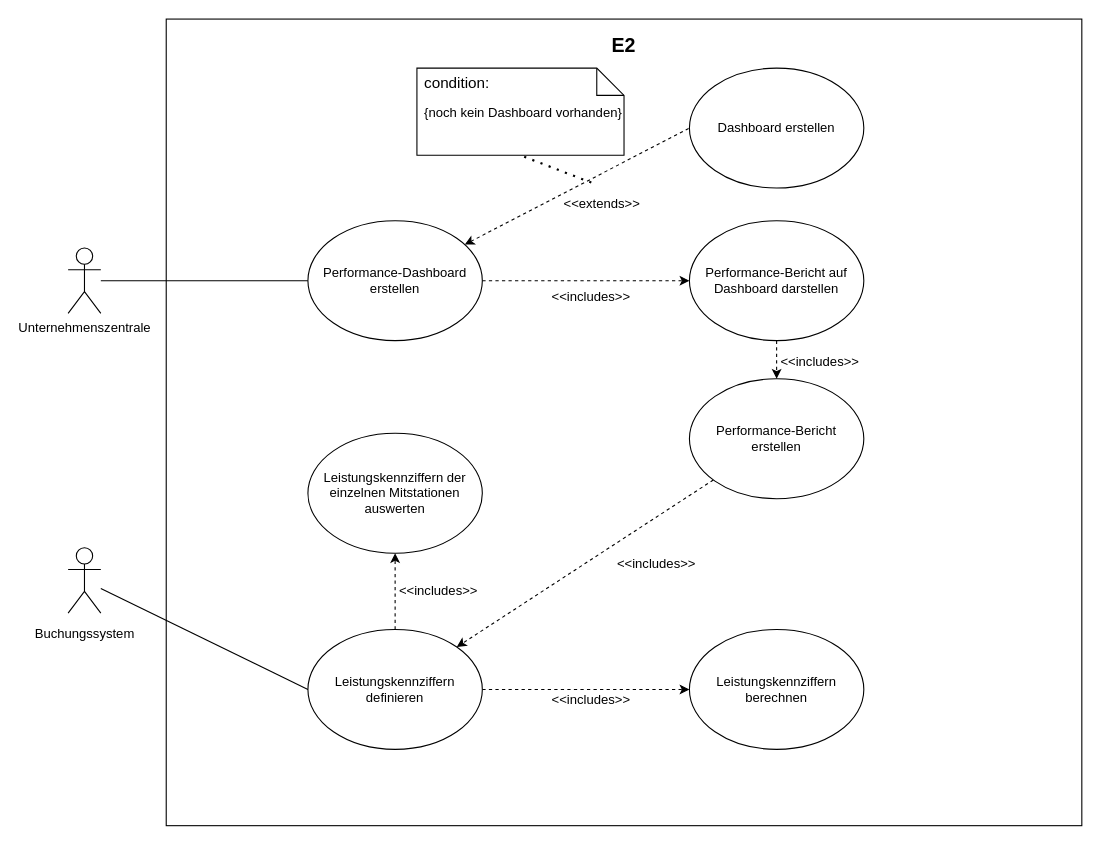
Above: E - Allgemeine Verwaltung/E2 - Performance-Bericht erstellen/01 Anwendungsfalldiagramm - Performance-Bericht erstellen.drawio in DlieBG/car_rental (draw.io), before the change. Source tidied: cells renumbered, new cells numbered last; positions are measured from the earlier drawing's top-left corner, leaving out a move shared by most shapes. Both pictures are drawn from the tidied source at 109%, with x=0, y=0 at pixel (68, 19).
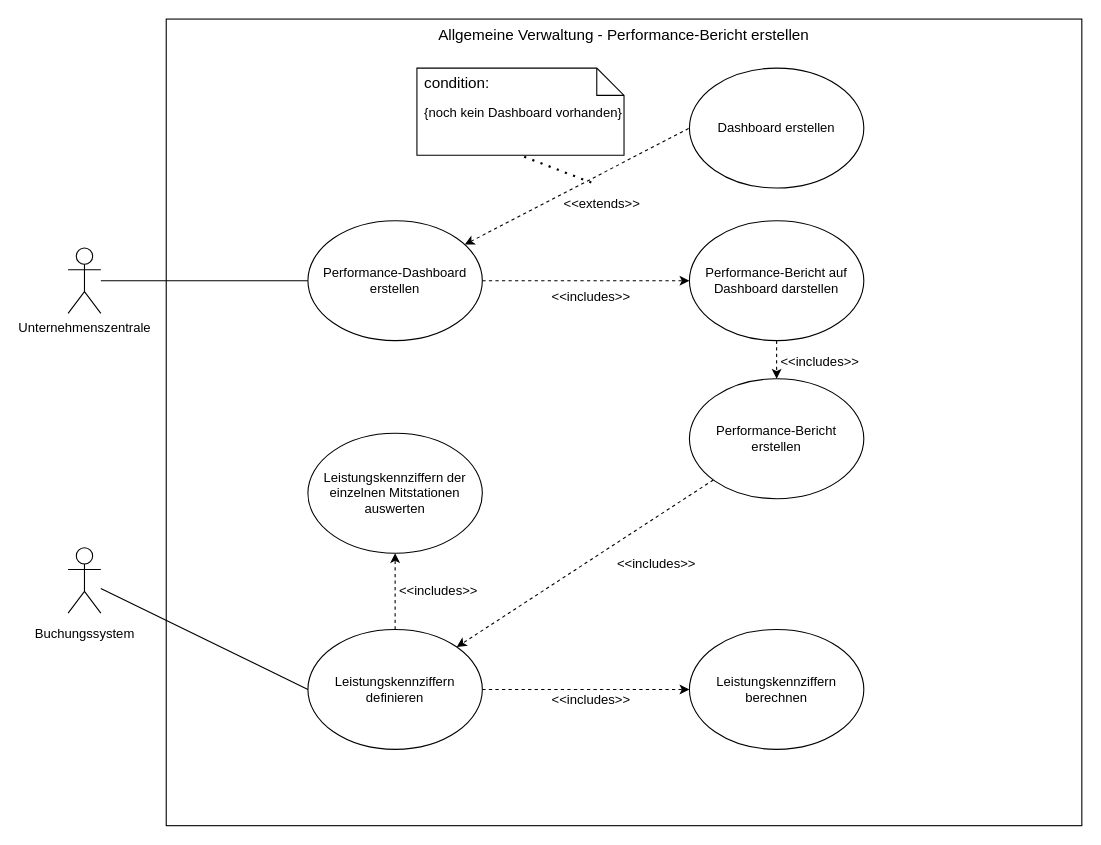
The same diagram, later.

Diff of the diagram source:
```diff
@@
-    <mxCell id="2" style="rounded=0;whiteSpace=wrap;html=1;" parent="1" vertex="1">
+    <mxCell id="2" value="&lt;font style=&quot;font-size: 14px&quot;&gt;Allgemeine Verwaltung - Performance-Bericht erstellen&lt;/font&gt;" style="rounded=0;whiteSpace=wrap;html=1;verticalAlign=top;" parent="1" vertex="1">
       <mxGeometry x="90" width="840" height="740" as="geometry" />
     </mxCell>
@@
-    <mxCell id="5" value="&lt;font style=&quot;font-size: 18px&quot;&gt;&lt;b&gt;E2&lt;/b&gt;&lt;/font&gt;" style="text;html=1;strokeColor=none;fillColor=none;align=center;verticalAlign=middle;whiteSpace=wrap;rounded=0;" parent="1" vertex="1">
-      <mxGeometry x="320" y="10" width="380" height="30" as="geometry" />
-    </mxCell>
```
